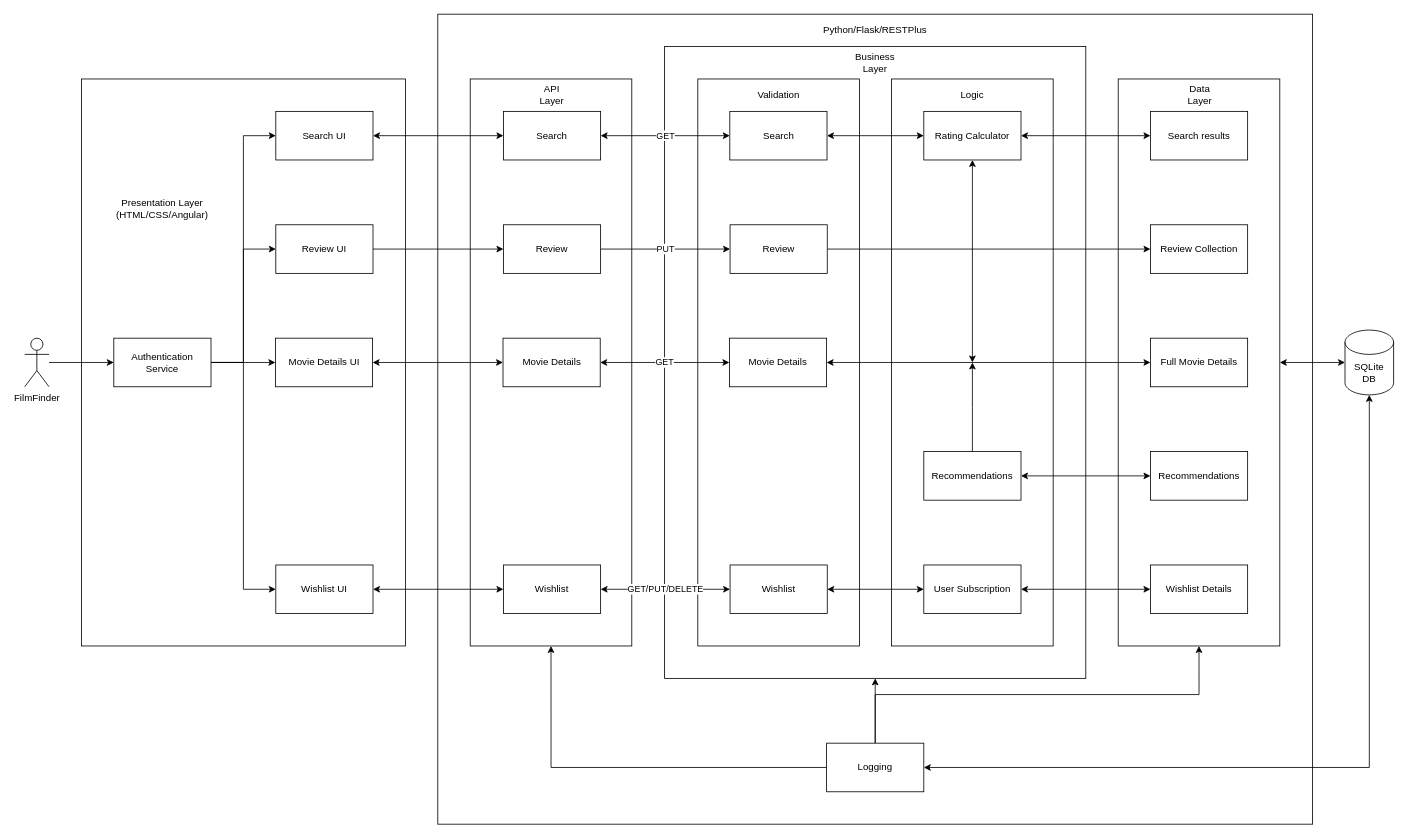
Before: page "New" (2 of 2) of software_architecture.drawio in unsw-cse-capstone-project/capstone-project-comp9900-h16a-tahelka, a draw.io diagram. Source tidied: cells renumbered, new cells numbered last; positions are measured from the earlier drawing's top-left corner, leaving out a move shared by most shapes. Both pictures are drawn from the tidied source at 81%, with x=0, y=0 at pixel (24, 14).
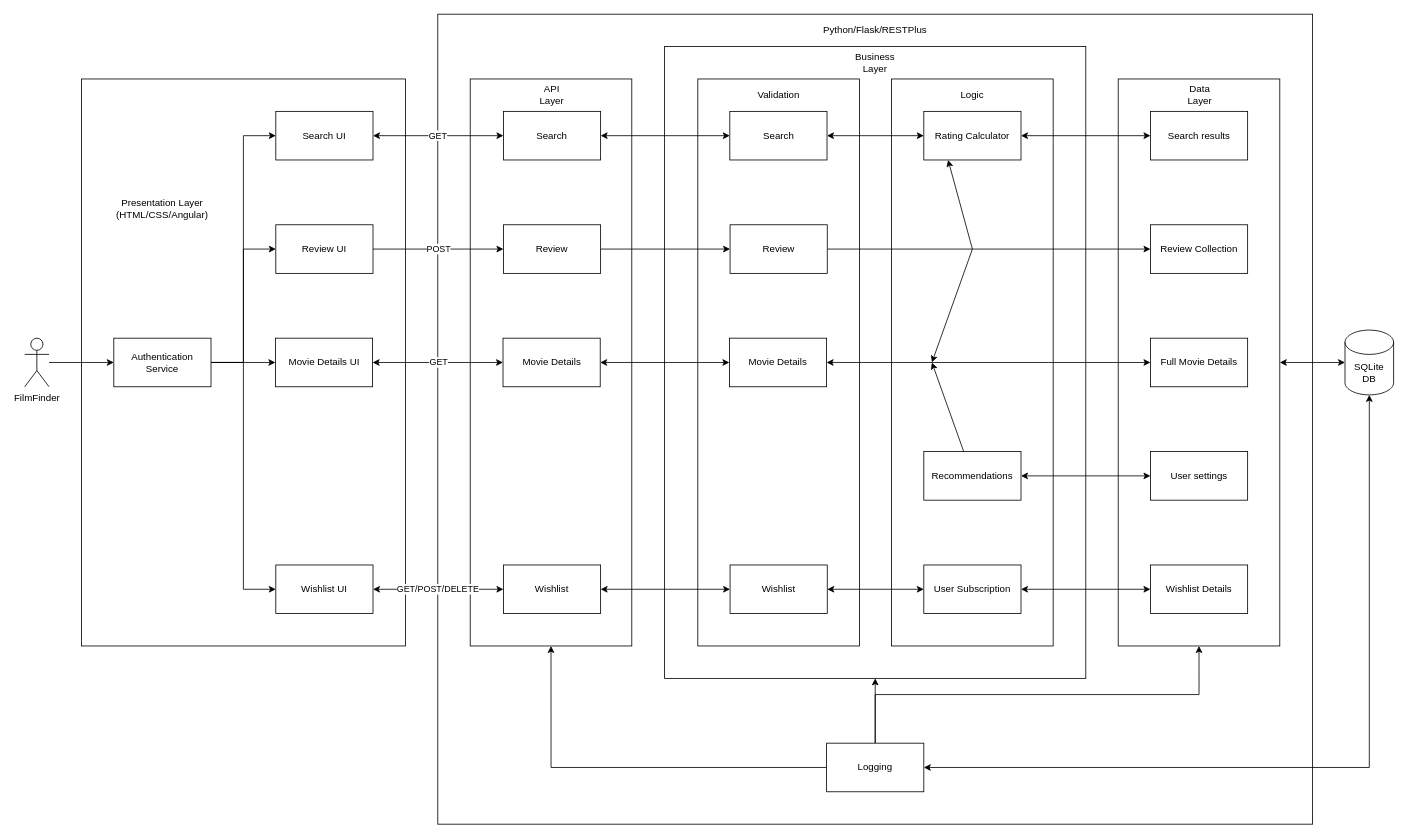
After the change.

The change refers to these unchanged cells:
```xml
<mxCell id="10" value="Search UI" style="rounded=0;whiteSpace=wrap;html=1;" parent="1" vertex="1">
  <mxGeometry x="310" y="120" width="120" height="60" as="geometry" />
</mxCell>
<mxCell id="17" value="Search" style="rounded=0;whiteSpace=wrap;html=1;" parent="1" vertex="1">
  <mxGeometry x="591" y="120" width="120" height="60" as="geometry" />
</mxCell>
<mxCell id="21" value="Search" style="rounded=0;whiteSpace=wrap;html=1;" parent="1" vertex="1">
  <mxGeometry x="870.5" y="120" width="120" height="60" as="geometry" />
</mxCell>
<mxCell id="25" value="Rating Calculator" style="rounded=0;whiteSpace=wrap;html=1;" parent="1" vertex="1">
  <mxGeometry x="1110" y="120" width="120" height="60" as="geometry" />
</mxCell>
<mxCell id="28" value="Recommendations" style="rounded=0;whiteSpace=wrap;html=1;" parent="1" vertex="1">
  <mxGeometry x="1110" y="540" width="120" height="60" as="geometry" />
</mxCell>
<mxCell id="43" value="Movie Details" style="rounded=0;whiteSpace=wrap;html=1;" parent="1" vertex="1">
  <mxGeometry x="590.5" y="400" width="120" height="60" as="geometry" />
</mxCell>
<mxCell id="45" value="Movie Details" style="rounded=0;whiteSpace=wrap;html=1;" parent="1" vertex="1">
  <mxGeometry x="870" y="400" width="120" height="60" as="geometry" />
</mxCell>
<mxCell id="49" value="Movie Details UI" style="rounded=0;whiteSpace=wrap;html=1;" parent="1" vertex="1">
  <mxGeometry x="309.5" y="400" width="120" height="60" as="geometry" />
</mxCell>
<mxCell id="50" value="Wishlist UI" style="rounded=0;whiteSpace=wrap;html=1;" parent="1" vertex="1">
  <mxGeometry x="310" y="680" width="120" height="60" as="geometry" />
</mxCell>
<mxCell id="52" value="Wishlist" style="rounded=0;whiteSpace=wrap;html=1;" parent="1" vertex="1">
  <mxGeometry x="591" y="680" width="120" height="60" as="geometry" />
</mxCell>
<mxCell id="54" value="Wishlist" style="rounded=0;whiteSpace=wrap;html=1;" parent="1" vertex="1">
  <mxGeometry x="870.8" y="680" width="120" height="60" as="geometry" />
</mxCell>
<mxCell id="60" value="Review UI" style="rounded=0;whiteSpace=wrap;html=1;" parent="1" vertex="1">
  <mxGeometry x="310" y="260" width="120" height="60" as="geometry" />
</mxCell>
<mxCell id="62" value="Review" style="rounded=0;whiteSpace=wrap;html=1;" parent="1" vertex="1">
  <mxGeometry x="591" y="260" width="120" height="60" as="geometry" />
</mxCell>
<mxCell id="64" value="Review" style="rounded=0;whiteSpace=wrap;html=1;" parent="1" vertex="1">
  <mxGeometry x="870.8" y="260" width="120" height="60" as="geometry" />
</mxCell>
```

Change to the diagram source:
```diff
@@
-    <mxCell id="14" style="edgeStyle=orthogonalEdgeStyle;rounded=0;jettySize=auto;html=1;entryX=1;entryY=0.5;entryDx=0;entryDy=0;startArrow=classic;startFill=1;exitX=0;exitY=0.5;exitDx=0;exitDy=0;" parent="1" edge="1" source="17" target="10">
+    <mxCell id="14" value="GET" style="edgeStyle=orthogonalEdgeStyle;rounded=0;jettySize=auto;html=1;entryX=1;entryY=0.5;entryDx=0;entryDy=0;startArrow=classic;startFill=1;exitX=0;exitY=0.5;exitDx=0;exitDy=0;" parent="1" edge="1" source="17" target="10">
       <mxGeometry relative="1" as="geometry" />
     </mxCell>
@@
-    <mxCell id="20" value="GET" style="edgeStyle=orthogonalEdgeStyle;rounded=0;jettySize=auto;html=1;entryX=1;entryY=0.5;entryDx=0;entryDy=0;startArrow=classic;startFill=1;" parent="1" edge="1" source="21" target="17">
+    <mxCell id="20" style="edgeStyle=orthogonalEdgeStyle;rounded=0;jettySize=auto;html=1;entryX=1;entryY=0.5;entryDx=0;entryDy=0;startArrow=classic;startFill=1;" parent="1" edge="1" source="21" target="17">
       <mxGeometry relative="1" as="geometry" />
     </mxCell>
@@
-    <mxCell id="27" style="edgeStyle=orthogonalEdgeStyle;rounded=0;jettySize=auto;html=1;startArrow=none;startFill=0;" parent="1" edge="1" source="28">
+    <mxCell id="27" style="rounded=0;jettySize=auto;html=1;startArrow=none;startFill=0;" parent="1" edge="1" source="28">
       <mxGeometry relative="1" as="geometry">
-        <mxPoint x="1170" y="430" as="targetPoint" />
+        <mxPoint x="1120" y="430" as="targetPoint" />
       </mxGeometry>
     </mxCell>
@@
-    <mxCell id="42" value="Recommendations" style="rounded=0;whiteSpace=wrap;html=1;" parent="1" vertex="1">
+    <mxCell id="42" value="User settings" style="rounded=0;whiteSpace=wrap;html=1;" parent="1" vertex="1">
       <mxGeometry x="1389.8" y="540" width="120" height="60" as="geometry" />
     </mxCell>
@@
-    <mxCell id="44" value="GET" style="edgeStyle=orthogonalEdgeStyle;rounded=0;jettySize=auto;html=1;startArrow=classic;startFill=1;" parent="1" edge="1" source="45" target="43">
+    <mxCell id="44" style="edgeStyle=orthogonalEdgeStyle;rounded=0;jettySize=auto;html=1;startArrow=classic;startFill=1;" parent="1" edge="1" source="45" target="43">
       <mxGeometry relative="1" as="geometry" />
     </mxCell>
@@
-    <mxCell id="48" style="edgeStyle=orthogonalEdgeStyle;rounded=0;jettySize=auto;html=1;entryX=0;entryY=0.5;entryDx=0;entryDy=0;startArrow=classic;startFill=1;" parent="1" edge="1" source="49" target="43">
+    <mxCell id="48" value="GET" style="edgeStyle=orthogonalEdgeStyle;rounded=0;jettySize=auto;html=1;entryX=0;entryY=0.5;entryDx=0;entryDy=0;startArrow=classic;startFill=1;" parent="1" edge="1" source="49" target="43">
       <mxGeometry relative="1" as="geometry" />
     </mxCell>
@@
-    <mxCell id="51" style="edgeStyle=orthogonalEdgeStyle;rounded=0;jettySize=auto;html=1;entryX=1;entryY=0.5;entryDx=0;entryDy=0;startArrow=classic;startFill=1;" parent="1" edge="1" source="52" target="50">
+    <mxCell id="51" value="&lt;span style=&quot;color: rgb(0 , 0 , 0) ; font-family: &amp;#34;helvetica&amp;#34; ; font-size: 11px ; font-style: normal ; font-weight: normal ; letter-spacing: normal ; text-align: center ; text-indent: 0px ; text-transform: none ; word-spacing: 0px ; background-color: rgb(255 , 255 , 255) ; text-decoration: none ; display: inline ; float: none&quot;&gt;GET/POST/DELETE&lt;/span&gt;" style="edgeStyle=orthogonalEdgeStyle;rounded=0;jettySize=auto;html=1;entryX=1;entryY=0.5;entryDx=0;entryDy=0;startArrow=classic;startFill=1;" parent="1" edge="1" source="52" target="50">
       <mxGeometry relative="1" as="geometry" />
     </mxCell>
@@
-    <mxCell id="53" value="GET/PUT/DELETE" style="edgeStyle=orthogonalEdgeStyle;rounded=0;jettySize=auto;html=1;entryX=1;entryY=0.5;entryDx=0;entryDy=0;startArrow=classic;startFill=1;" parent="1" edge="1" source="54" target="52">
+    <mxCell id="53" style="edgeStyle=orthogonalEdgeStyle;rounded=0;jettySize=auto;html=1;entryX=1;entryY=0.5;entryDx=0;entryDy=0;startArrow=classic;startFill=1;" parent="1" edge="1" source="54" target="52">
       <mxGeometry relative="1" as="geometry" />
     </mxCell>
@@
-    <mxCell id="59" style="edgeStyle=orthogonalEdgeStyle;rounded=0;jettySize=auto;html=1;entryX=0;entryY=0.5;entryDx=0;entryDy=0;startArrow=none;startFill=0;" parent="1" edge="1" source="60" target="62">
+    <mxCell id="59" value="POST" style="edgeStyle=orthogonalEdgeStyle;rounded=0;jettySize=auto;html=1;entryX=0;entryY=0.5;entryDx=0;entryDy=0;startArrow=none;startFill=0;" parent="1" edge="1" source="60" target="62">
       <mxGeometry relative="1" as="geometry" />
     </mxCell>
@@
-    <mxCell id="61" value="PUT" style="edgeStyle=orthogonalEdgeStyle;rounded=0;jettySize=auto;html=1;startArrow=none;startFill=0;" parent="1" edge="1" source="62" target="64">
+    <mxCell id="61" style="edgeStyle=orthogonalEdgeStyle;rounded=0;jettySize=auto;html=1;startArrow=none;startFill=0;" parent="1" edge="1" source="62" target="64">
       <mxGeometry relative="1" as="geometry" />
     </mxCell>
@@
-    <mxCell id="66" style="endArrow=classic;startArrow=classic;html=1;entryX=0.5;entryY=1;entryDx=0;entryDy=0;" parent="1" edge="1" target="25">
-      <mxGeometry relative="1" as="geometry">
-        <mxPoint x="1170" y="430" as="sourcePoint" />
-      </mxGeometry>
-    </mxCell>
+    <mxCell id="67" style="endArrow=classic;html=1;" parent="1" edge="1">
+      <mxGeometry relative="1" as="geometry">
+        <mxPoint x="1170" y="290" as="sourcePoint" />
+        <mxPoint x="1120" y="430" as="targetPoint" />
+      </mxGeometry>
+    </mxCell>
+    <mxCell id="68" style="endArrow=classic;html=1;entryX=0.25;entryY=1;entryDx=0;entryDy=0;" parent="1" edge="1" target="25">
+      <mxGeometry relative="1" as="geometry">
+        <mxPoint x="1170" y="290" as="sourcePoint" />
+      </mxGeometry>
+    </mxCell>
```
